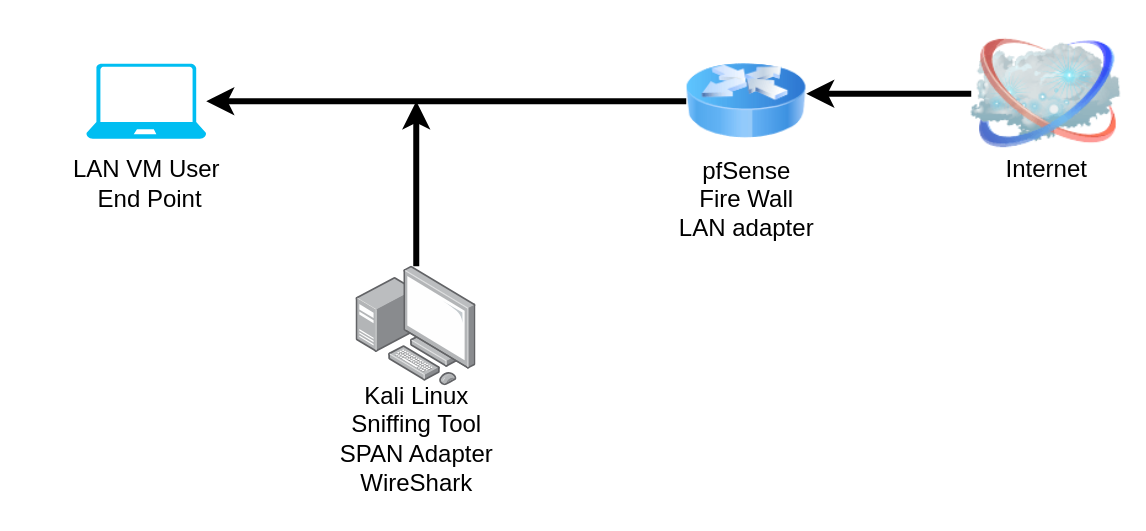
Earlier version of the draw.io diagram 301Lab9.drawio (jmcano50/Ops-301d14-Code_Challenges). Source tidied: cells renumbered, new cells numbered last; positions are measured from the earlier drawing's top-left corner, leaving out a move shared by most shapes. Both pictures are drawn from the tidied source at 150%, with x=0, y=0 at pixel (56, 26).
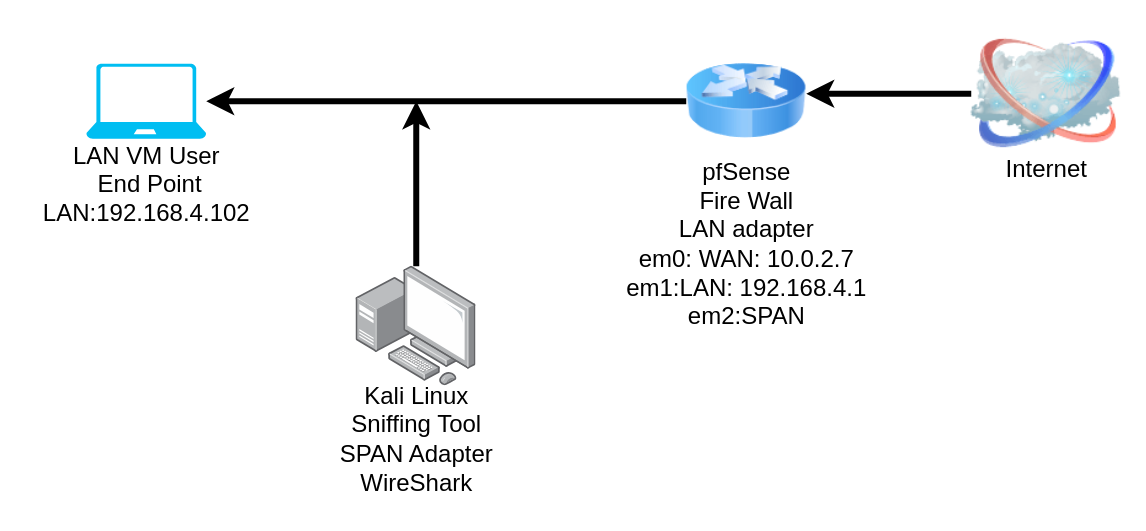
After the change.

What changed in the source:
```diff
@@
 <mxGraphModel>
   <root>
     <mxCell id="0" />
     <mxCell id="1" parent="0" />
     <mxCell id="2" style="edgeStyle=none;html=1;fontSize=16;strokeWidth=4;" parent="1" edge="1" source="3">
       <mxGeometry relative="1" as="geometry">
         <mxPoint x="500" y="45" as="targetPoint" />
       </mxGeometry>
     </mxCell>
     <mxCell id="3" style="image;html=1;image=img/lib/clip_art/networking/Cloud_128x128.png;" parent="1" vertex="1">
       <mxGeometry x="610" width="100" height="90" as="geometry" />
     </mxCell>
     <mxCell id="4" value="&lt;font style=&quot;font-size: 16px;&quot;&gt;&lt;font style=&quot;font-size: 16px;&quot;&gt;I&lt;/font&gt;&lt;font style=&quot;font-size: 16px;&quot;&gt;nternet&lt;/font&gt;&lt;/font&gt;" style="text;html=1;align=center;verticalAlign=middle;strokeColor=none;fillColor=none;" parent="1" vertex="1">
       <mxGeometry x="620" y="80" width="80" height="30" as="geometry" />
     </mxCell>
     <mxCell id="5" style="edgeStyle=none;html=1;strokeWidth=4;fontSize=16;" parent="1" edge="1" source="6">
       <mxGeometry relative="1" as="geometry">
         <mxPoint x="100" y="50" as="targetPoint" />
       </mxGeometry>
     </mxCell>
     <mxCell id="6" style="image;html=1;image=img/lib/clip_art/networking/Router_Icon_128x128.png;fontSize=16;" parent="1" vertex="1">
       <mxGeometry x="420" y="10" width="80" height="80" as="geometry" />
     </mxCell>
-    <mxCell id="7" value="pfSense&lt;br&gt;Fire Wall&lt;br&gt;LAN adapter" style="text;html=1;align=center;verticalAlign=middle;strokeColor=none;fillColor=none;fontSize=16;" parent="1" vertex="1">
-      <mxGeometry x="405" y="80" width="110" height="70" as="geometry" />
+    <mxCell id="7" value="pfSense&lt;br&gt;Fire Wall&lt;br&gt;LAN adapter&lt;br&gt;em0: WAN: 10.0.2.7&lt;br&gt;em1:LAN: 192.168.4.1&lt;br&gt;em2:SPAN" style="text;html=1;align=center;verticalAlign=middle;strokeColor=none;fillColor=none;fontSize=16;" parent="1" vertex="1">
+      <mxGeometry x="370" y="80" width="180" height="130" as="geometry" />
     </mxCell>
     <mxCell id="8" style="verticalLabelPosition=bottom;html=1;verticalAlign=top;align=center;strokeColor=none;fillColor=#00BEF2;shape=mxgraph.azure.laptop;fontSize=16;" parent="1" vertex="1">
       <mxGeometry x="20" y="25" width="80" height="50" as="geometry" />
     </mxCell>
-    <mxCell id="9" value="LAN VM User&lt;br&gt;&amp;nbsp;End Point" style="text;html=1;align=center;verticalAlign=middle;strokeColor=none;fillColor=none;fontSize=16;" parent="1" vertex="1">
-      <mxGeometry y="80" width="120" height="50" as="geometry" />
+    <mxCell id="9" value="LAN VM User&lt;br&gt;&amp;nbsp;End Point&lt;br&gt;LAN:192.168.4.102" style="text;html=1;align=center;verticalAlign=middle;strokeColor=none;fillColor=none;fontSize=16;" parent="1" vertex="1">
+      <mxGeometry x="-20" y="70" width="160" height="70" as="geometry" />
     </mxCell>
     <mxCell id="10" style="edgeStyle=none;html=1;strokeWidth=4;fontSize=16;" parent="1" edge="1" source="11">
       <mxGeometry relative="1" as="geometry">
         <mxPoint x="240" y="50" as="targetPoint" />
       </mxGeometry>
     </mxCell>
     <mxCell id="11" style="points=[];html=1;align=center;shadow=0;dashed=0;image;image=img/lib/allied_telesis/computer_and_terminals/Personal_Computer_with_Server.svg;fontSize=16;" parent="1" vertex="1">
       <mxGeometry x="200" y="160" width="80" height="80" as="geometry" />
     </mxCell>
     <mxCell id="12" value="Kali Linux&lt;br&gt;Sniffing Tool&lt;br&gt;SPAN Adapter&lt;br&gt;WireShark" style="text;html=1;align=center;verticalAlign=middle;strokeColor=none;fillColor=none;fontSize=16;" parent="1" vertex="1">
       <mxGeometry x="175" y="230" width="130" height="90" as="geometry" />
     </mxCell>
   </root>
 </mxGraphModel>
```
